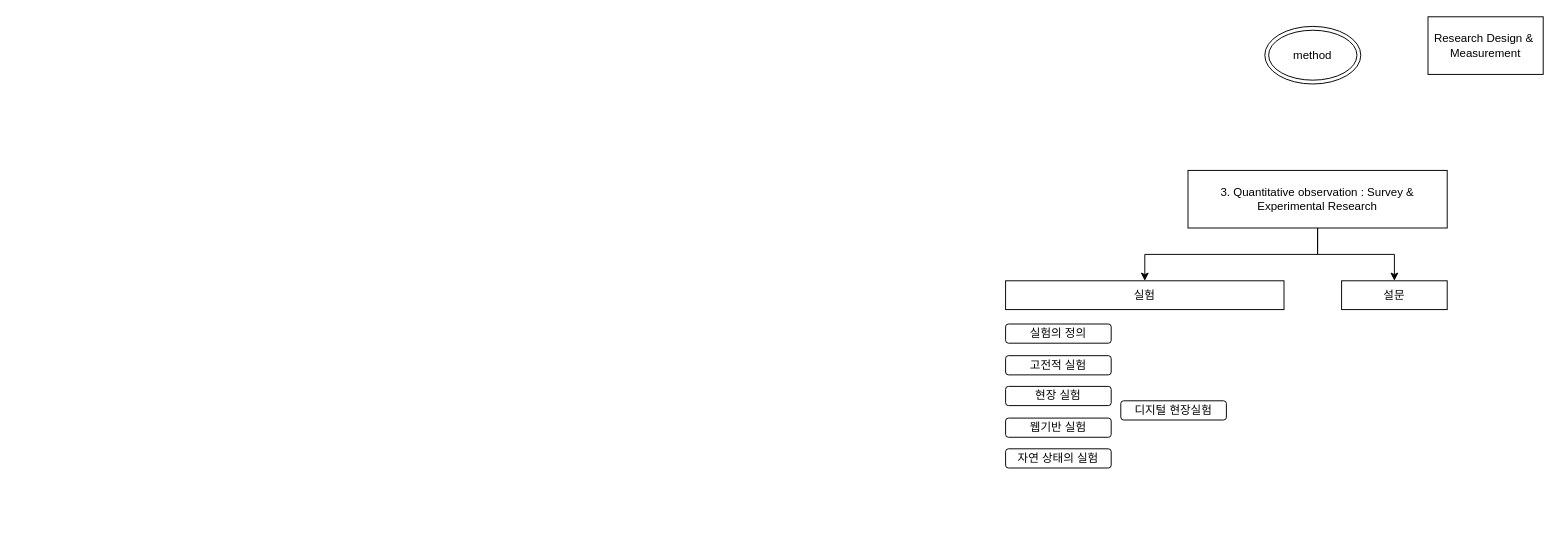
The draw.io diagram method.drawio in myokyunghan/drawio_for_qual, before the edit. Source tidied: cells renumbered, new cells numbered last; positions are measured from the earlier drawing's top-left corner, leaving out a move shared by most shapes. Both pictures are drawn from the tidied source at 96%, with x=0, y=0 at pixel (1005, 16).
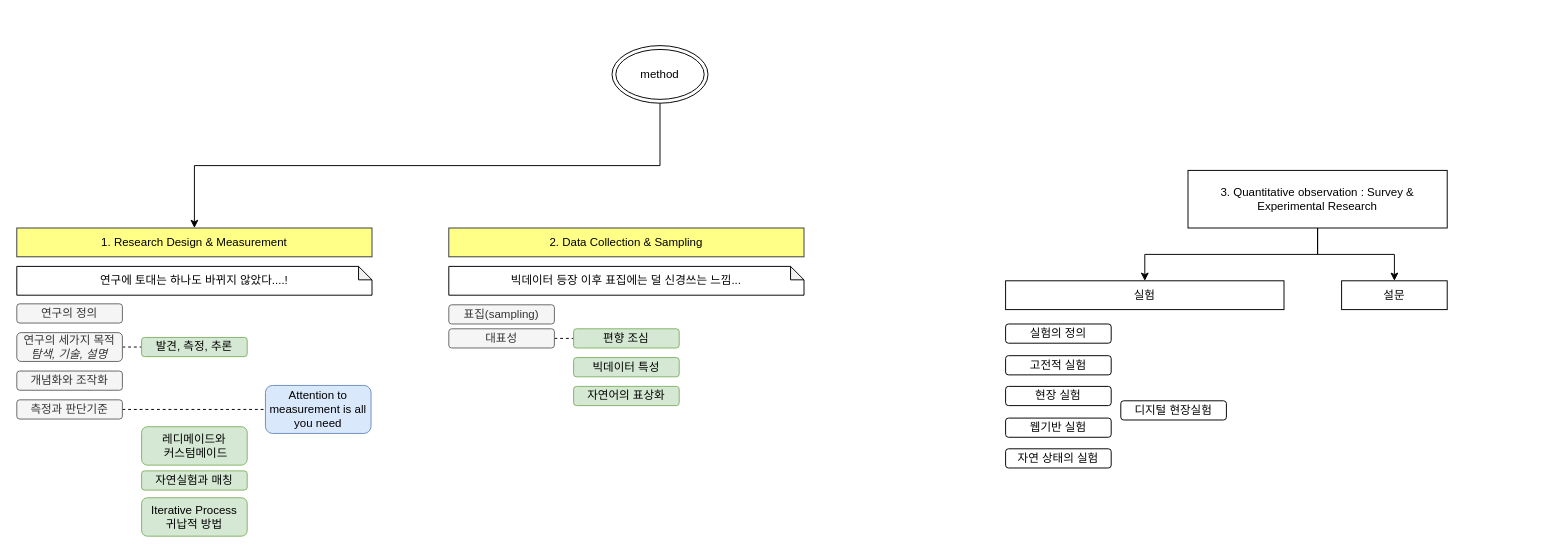
The same page after the edit.

Diff of the diagram source:
```diff
@@
+    <mxCell id="15" style="edgeStyle=orthogonalEdgeStyle;rounded=0;jettySize=auto;html=1;exitX=0.5;exitY=1;exitDx=0;exitDy=0;entryX=0.5;entryY=0;entryDx=0;entryDy=0;defaultLabelBackgroundColor=page;" parent="1" edge="1" source="2" target="3">
+      <mxGeometry relative="1" as="geometry" />
+    </mxCell>
     <mxCell id="2" value="method" style="ellipse;shape=doubleEllipse;whiteSpace=wrap;html=1;" parent="1" vertex="1">
-      <mxGeometry x="270" y="10" width="100" height="60" as="geometry" />
+      <mxGeometry x="-410" y="30" width="100" height="60" as="geometry" />
     </mxCell>
-    <mxCell id="3" value="Research Design &amp;amp;&amp;nbsp;&lt;div&gt;Measurement&lt;/div&gt;" style="rounded=0;whiteSpace=wrap;html=1;" parent="1" vertex="1">
-      <mxGeometry x="440" width="120" height="60" as="geometry" />
+    <mxCell id="3" value="1. Research Design &amp;amp;&amp;nbsp;&lt;span style=&quot;background-color: transparent; color: light-dark(#000000, var(--ge-light-color, #ffffff));&quot;&gt;Measurement&lt;/span&gt;" style="rounded=0;whiteSpace=wrap;html=1;fillColor=#ffff88;strokeColor=#36393d;" parent="1" vertex="1">
+      <mxGeometry x="-1030" y="220" width="370" height="30" as="geometry" />
     </mxCell>
@@
+    <mxCell id="16" value="연구의 정의" style="rounded=1;whiteSpace=wrap;html=1;roundedPerimeter=1;fillColor=#f5f5f5;fontColor=#333333;strokeColor=#666666;" parent="1" vertex="1">
+      <mxGeometry x="-1030" y="299" width="110" height="20" as="geometry" />
+    </mxCell>
+    <mxCell id="17" style="edgeStyle=orthogonalEdgeStyle;rounded=0;jettySize=auto;html=1;exitX=1;exitY=0.5;exitDx=0;exitDy=0;entryX=0;entryY=0.5;entryDx=0;entryDy=0;defaultLabelBackgroundColor=page;dashed=1;endArrow=none;endFill=0;" parent="1" edge="1" source="18" target="31">
+      <mxGeometry relative="1" as="geometry" />
+    </mxCell>
+    <mxCell id="18" value="연구의 세가지 목적&lt;div&gt;&lt;i&gt;탐색, 기술, 설명&lt;/i&gt;&lt;/div&gt;" style="rounded=1;whiteSpace=wrap;html=1;roundedPerimeter=1;fillColor=#f5f5f5;fontColor=#333333;strokeColor=#666666;" parent="1" vertex="1">
+      <mxGeometry x="-1030" y="329" width="110" height="30" as="geometry" />
+    </mxCell>
+    <mxCell id="19" style="edgeStyle=orthogonalEdgeStyle;rounded=0;jettySize=auto;html=1;exitX=1;exitY=0.5;exitDx=0;exitDy=0;entryX=0;entryY=0.5;entryDx=0;entryDy=0;defaultLabelBackgroundColor=page;dashed=1;endArrow=none;endFill=0;" parent="1" edge="1" source="21" target="24">
+      <mxGeometry x="0.18" relative="1" as="geometry" />
+    </mxCell>
+    <mxCell id="20" value="개념화와 조작화" style="rounded=1;whiteSpace=wrap;html=1;roundedPerimeter=1;fillColor=#f5f5f5;fontColor=#333333;strokeColor=#666666;" parent="1" vertex="1">
+      <mxGeometry x="-1030" y="369" width="110" height="20" as="geometry" />
+    </mxCell>
+    <mxCell id="21" value="측정과 판단기준" style="rounded=1;whiteSpace=wrap;html=1;roundedPerimeter=1;fillColor=#f5f5f5;fontColor=#333333;strokeColor=#666666;" parent="1" vertex="1">
+      <mxGeometry x="-1030" y="399" width="110" height="20" as="geometry" />
+    </mxCell>
+    <mxCell id="22" value="레디메이드와&lt;div&gt;&amp;nbsp;커스텀메이드&lt;/div&gt;" style="rounded=1;whiteSpace=wrap;html=1;roundedPerimeter=1;fillColor=#d5e8d4;strokeColor=#82b366;" parent="1" vertex="1">
+      <mxGeometry x="-900" y="427" width="110" height="40" as="geometry" />
+    </mxCell>
+    <mxCell id="23" value="Iterative Process&lt;div&gt;귀납적 방법&lt;/div&gt;" style="rounded=1;whiteSpace=wrap;html=1;roundedPerimeter=1;fillColor=#d5e8d4;strokeColor=#82b366;" parent="1" vertex="1">
+      <mxGeometry x="-900" y="501" width="110" height="40" as="geometry" />
+    </mxCell>
+    <mxCell id="24" value="Attention to measurement is all you need" style="rounded=1;whiteSpace=wrap;html=1;roundedPerimeter=1;fillColor=#dae8fc;strokeColor=#6c8ebf;" parent="1" vertex="1">
+      <mxGeometry x="-771" y="384" width="110" height="50" as="geometry" />
+    </mxCell>
+    <mxCell id="25" value="2. Data Collection &amp;amp; Sampling" style="rounded=0;whiteSpace=wrap;html=1;fillColor=#ffff88;strokeColor=#36393d;" parent="1" vertex="1">
+      <mxGeometry x="-580" y="220" width="370" height="30" as="geometry" />
+    </mxCell>
+    <mxCell id="26" value="표집(sampling)" style="rounded=1;whiteSpace=wrap;html=1;roundedPerimeter=1;fillColor=#f5f5f5;fontColor=#333333;strokeColor=#666666;" parent="1" vertex="1">
+      <mxGeometry x="-580" y="300" width="110" height="20" as="geometry" />
+    </mxCell>
+    <mxCell id="27" value="빅데이터 특성" style="rounded=1;whiteSpace=wrap;html=1;roundedPerimeter=1;fillColor=#d5e8d4;strokeColor=#82b366;" parent="1" vertex="1">
+      <mxGeometry x="-450" y="355" width="110" height="20" as="geometry" />
+    </mxCell>
+    <mxCell id="28" value="자연어의 표상화" style="rounded=1;whiteSpace=wrap;html=1;roundedPerimeter=1;fillColor=#d5e8d4;strokeColor=#82b366;" parent="1" vertex="1">
+      <mxGeometry x="-450" y="385" width="110" height="20" as="geometry" />
+    </mxCell>
+    <mxCell id="29" value="연구에 토대는 하나도 바뀌지 않았다....!" style="shape=note;whiteSpace=wrap;html=1;backgroundOutline=1;darkOpacity=0.05;size=14;" parent="1" vertex="1">
+      <mxGeometry x="-1030" y="260" width="370" height="30" as="geometry" />
+    </mxCell>
+    <mxCell id="30" value="자연실험과 매칭" style="rounded=1;whiteSpace=wrap;html=1;roundedPerimeter=1;fillColor=#d5e8d4;strokeColor=#82b366;" parent="1" vertex="1">
+      <mxGeometry x="-900" y="473" width="110" height="20" as="geometry" />
+    </mxCell>
+    <mxCell id="31" value="발견, 측정, 추론" style="rounded=1;whiteSpace=wrap;html=1;roundedPerimeter=1;fillColor=#d5e8d4;strokeColor=#82b366;" parent="1" vertex="1">
+      <mxGeometry x="-900" y="334" width="110" height="20" as="geometry" />
+    </mxCell>
+    <mxCell id="32" style="edgeStyle=orthogonalEdgeStyle;rounded=0;jettySize=auto;html=1;exitX=1;exitY=0.5;exitDx=0;exitDy=0;entryX=0;entryY=0.5;entryDx=0;entryDy=0;defaultLabelBackgroundColor=page;dashed=1;endArrow=none;endFill=0;" parent="1" edge="1" source="33" target="34">
+      <mxGeometry relative="1" as="geometry" />
+    </mxCell>
+    <mxCell id="33" value="대표성" style="rounded=1;whiteSpace=wrap;html=1;roundedPerimeter=1;fillColor=#f5f5f5;fontColor=#333333;strokeColor=#666666;" parent="1" vertex="1">
+      <mxGeometry x="-580" y="325" width="110" height="20" as="geometry" />
+    </mxCell>
+    <mxCell id="34" value="편향 조심" style="rounded=1;whiteSpace=wrap;html=1;roundedPerimeter=1;fillColor=#d5e8d4;strokeColor=#82b366;" parent="1" vertex="1">
+      <mxGeometry x="-450" y="325" width="110" height="20" as="geometry" />
+    </mxCell>
+    <mxCell id="35" value="빅데이터 등장 이후 표집에는 덜 신경쓰는 느낌..." style="shape=note;whiteSpace=wrap;html=1;backgroundOutline=1;darkOpacity=0.05;size=14;" parent="1" vertex="1">
+      <mxGeometry x="-580" y="260" width="370" height="30" as="geometry" />
+    </mxCell>
```
